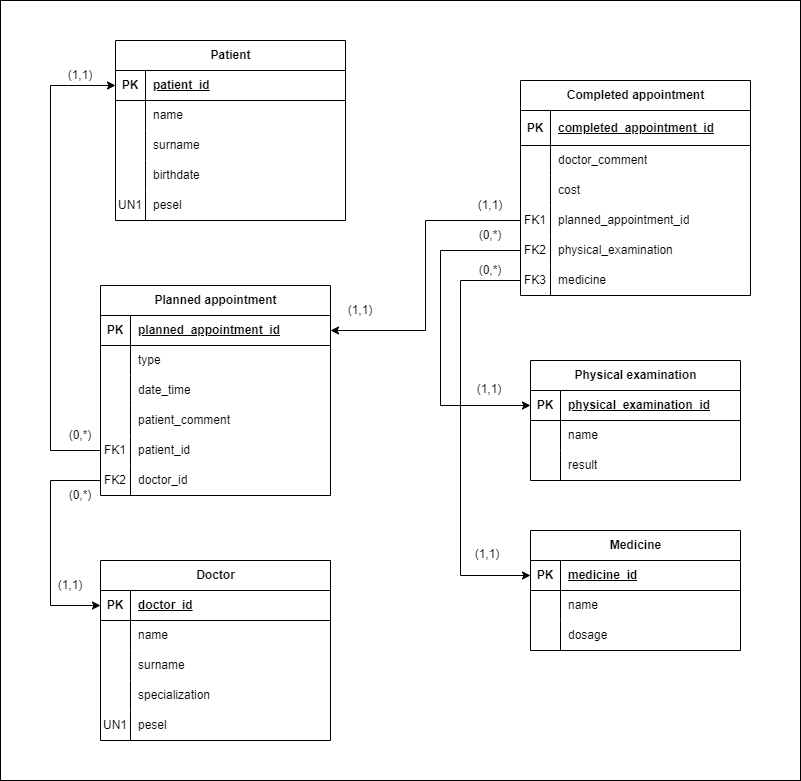
Above: src/main/resources/medical_clinic_erd_diagram.png in mariakax3/Zajavka-Project (draw.io), before the change. Source tidied: cells renumbered, new cells last; positions are measured from the earlier drawing's top-left corner, leaving out a move shared by most shapes.
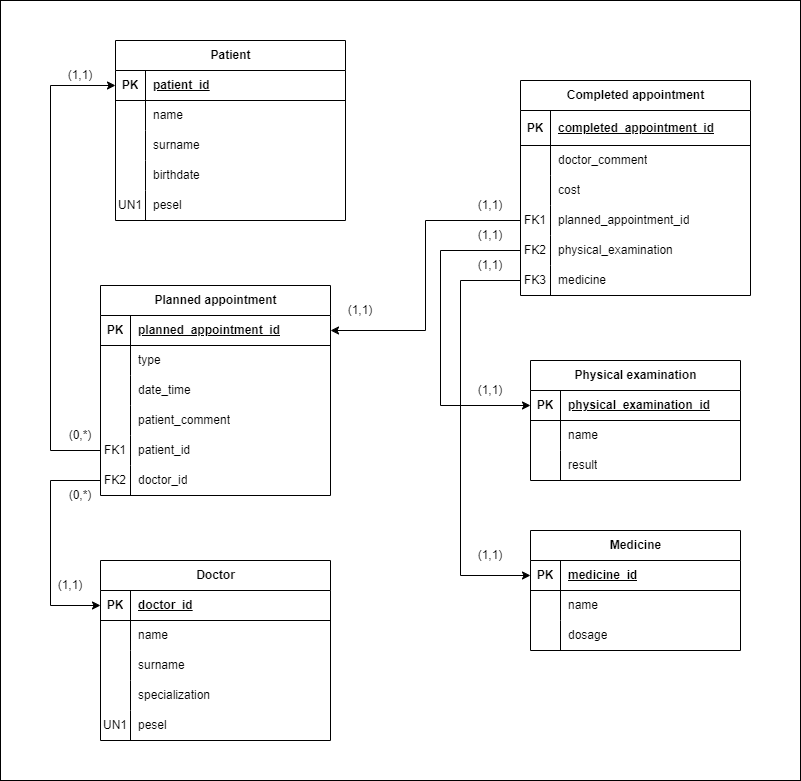
Later version of the same file.

The edit, as a diff of the source:
```diff
@@ -331,20 +331,20 @@
     <mxCell id="104" value="(1,1)" style="text;html=1;strokeColor=none;fillColor=none;align=center;verticalAlign=middle;whiteSpace=wrap;rounded=0;" parent="1" vertex="1">
       <mxGeometry x="460" y="190" width="60" height="30" as="geometry" />
     </mxCell>
-    <mxCell id="105" value="(0,*)" style="text;html=1;strokeColor=none;fillColor=none;align=center;verticalAlign=middle;whiteSpace=wrap;rounded=0;" parent="1" vertex="1">
-      <mxGeometry x="460" y="220" width="60" height="30" as="geometry" />
-    </mxCell>
-    <mxCell id="106" value="(0,*)" style="text;html=1;strokeColor=none;fillColor=none;align=center;verticalAlign=middle;whiteSpace=wrap;rounded=0;" parent="1" vertex="1">
-      <mxGeometry x="460" y="255" width="60" height="30" as="geometry" />
-    </mxCell>
-    <mxCell id="107" value="(0,*)" style="text;html=1;strokeColor=none;fillColor=none;align=center;verticalAlign=middle;whiteSpace=wrap;rounded=0;" parent="1" vertex="1">
-      <mxGeometry x="460" y="375" width="60" height="30" as="geometry" />
-    </mxCell>
-    <mxCell id="108" value="(0,*)" style="text;html=1;strokeColor=none;fillColor=none;align=center;verticalAlign=middle;whiteSpace=wrap;rounded=0;" parent="1" vertex="1">
-      <mxGeometry x="460" y="540" width="60" height="30" as="geometry" />
-    </mxCell>
     <mxCell id="109" style="rounded=0;whiteSpace=wrap;html=1;fillColor=none;" parent="1" vertex="1">
       <mxGeometry width="800" height="780" as="geometry" />
     </mxCell>
+    <mxCell id="110" value="(1,1)" style="text;html=1;strokeColor=none;fillColor=none;align=center;verticalAlign=middle;whiteSpace=wrap;rounded=0;" parent="1" vertex="1">
+      <mxGeometry x="460" y="220" width="60" height="30" as="geometry" />
+    </mxCell>
+    <mxCell id="111" value="(1,1)" style="text;html=1;strokeColor=none;fillColor=none;align=center;verticalAlign=middle;whiteSpace=wrap;rounded=0;" parent="1" vertex="1">
+      <mxGeometry x="460" y="250" width="60" height="30" as="geometry" />
+    </mxCell>
+    <mxCell id="112" value="(1,1)" style="text;html=1;strokeColor=none;fillColor=none;align=center;verticalAlign=middle;whiteSpace=wrap;rounded=0;" parent="1" vertex="1">
+      <mxGeometry x="460" y="375" width="60" height="30" as="geometry" />
+    </mxCell>
+    <mxCell id="113" value="(1,1)" style="text;html=1;strokeColor=none;fillColor=none;align=center;verticalAlign=middle;whiteSpace=wrap;rounded=0;" parent="1" vertex="1">
+      <mxGeometry x="460" y="540" width="60" height="30" as="geometry" />
+    </mxCell>
   </root>
 </mxGraphModel>
```
